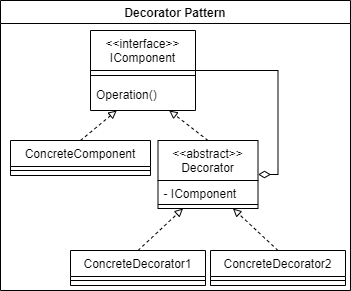
The draw.io diagram Assets/DecoratorPattern/DecoratorPatternDiagram.png in Johnny-Connor/GameProgrammingPatterns, before a commit. Source tidied: cells renumbered, new cells last; positions are measured from the earlier drawing's top-left corner, leaving out a move shared by most shapes. The source it was exported from:
```xml
<mxGraphModel>
  <root>
    <mxCell id="0" />
    <mxCell id="1" parent="0" />
    <mxCell id="2" value="Decorator Pattern" style="swimlane;" parent="1" vertex="1">
      <mxGeometry width="350" height="290" as="geometry" />
    </mxCell>
    <mxCell id="3" style="rounded=0;jettySize=auto;html=1;exitX=0.5;exitY=0;exitDx=0;exitDy=0;entryX=0.75;entryY=1;entryDx=0;entryDy=0;endArrow=block;endFill=0;dashed=1;" parent="2" edge="1" source="13" target="7">
      <mxGeometry relative="1" as="geometry" />
    </mxCell>
    <mxCell id="4" style="rounded=0;jettySize=auto;html=1;exitX=0.5;exitY=0;exitDx=0;exitDy=0;entryX=0.25;entryY=1;entryDx=0;entryDy=0;dashed=1;endArrow=block;endFill=0;" parent="2" edge="1" source="5" target="7">
      <mxGeometry relative="1" as="geometry" />
    </mxCell>
    <mxCell id="5" value="ConcreteComponent" style="swimlane;fontStyle=0;align=center;verticalAlign=top;horizontal=1;startSize=26;rounded=0;shadow=0;strokeWidth=1;" parent="2" vertex="1">
      <mxGeometry x="10" y="140" width="140" height="35" as="geometry" />
    </mxCell>
    <mxCell id="6" style="line;html=1;strokeWidth=1;align=left;verticalAlign=middle;spacingTop=-1;spacingLeft=3;spacingRight=3;labelPosition=right;" parent="5" vertex="1">
      <mxGeometry y="26" width="140" height="8" as="geometry" />
    </mxCell>
    <mxCell id="7" value="&lt;&lt;interface&gt;&gt;&#10;IComponent" style="swimlane;fontStyle=0;align=center;verticalAlign=top;horizontal=1;startSize=40;rounded=0;shadow=0;strokeWidth=1;labelBorderColor=none;" parent="2" vertex="1">
      <mxGeometry x="90" y="30" width="105" height="80" as="geometry" />
    </mxCell>
    <mxCell id="8" style="line;html=1;strokeWidth=1;align=left;verticalAlign=middle;spacingTop=-1;spacingLeft=3;spacingRight=3;labelPosition=right;" parent="7" vertex="1">
      <mxGeometry y="40" width="105" height="10" as="geometry" />
    </mxCell>
    <mxCell id="9" value="Operation()" style="text;html=1;align=left;verticalAlign=middle;strokeColor=none;fillColor=none;spacingLeft=4;spacingRight=4;" parent="7" vertex="1">
      <mxGeometry y="50" width="105" height="30" as="geometry" />
    </mxCell>
    <mxCell id="10" value="ConcreteDecorator1" style="swimlane;fontStyle=0;align=center;verticalAlign=top;horizontal=1;startSize=26;rounded=0;shadow=0;strokeWidth=1;" parent="2" vertex="1">
      <mxGeometry x="70" y="250" width="135" height="35" as="geometry" />
    </mxCell>
    <mxCell id="11" style="line;html=1;strokeWidth=1;align=left;verticalAlign=middle;spacingTop=-1;spacingLeft=3;spacingRight=3;labelPosition=right;" parent="10" vertex="1">
      <mxGeometry y="26" width="135" height="8" as="geometry" />
    </mxCell>
    <mxCell id="12" style="rounded=0;jettySize=auto;html=1;exitX=1;exitY=0.5;exitDx=0;exitDy=0;entryX=1;entryY=0.5;entryDx=0;entryDy=0;endArrow=none;endFill=0;edgeStyle=orthogonalEdgeStyle;startArrow=diamondThin;startFill=0;sourcePerimeterSpacing=0;startSize=10;" parent="2" edge="1" source="13" target="7">
      <mxGeometry relative="1" as="geometry" />
    </mxCell>
    <mxCell id="13" value="&lt;&lt;abstract&gt;&gt;&#10;Decorator" style="swimlane;fontStyle=0;align=center;verticalAlign=top;horizontal=1;startSize=40;rounded=0;shadow=0;strokeWidth=1;" parent="2" vertex="1">
      <mxGeometry x="157.5" y="140" width="100" height="68" as="geometry" />
    </mxCell>
    <mxCell id="14" value="- IComponent" style="text;align=left;verticalAlign=top;spacingLeft=4;spacingRight=4;overflow=hidden;" parent="13" vertex="1">
      <mxGeometry y="40" width="100" height="20" as="geometry" />
    </mxCell>
    <mxCell id="15" style="line;html=1;strokeWidth=1;align=left;verticalAlign=middle;spacingTop=-1;spacingLeft=3;spacingRight=3;labelPosition=right;" parent="13" vertex="1">
      <mxGeometry y="60" width="100" height="8" as="geometry" />
    </mxCell>
    <mxCell id="16" style="edgeStyle=none;rounded=0;jettySize=auto;html=1;exitX=0.5;exitY=0;exitDx=0;exitDy=0;entryX=0.25;entryY=1;entryDx=0;entryDy=0;dashed=1;endArrow=block;endFill=0;" parent="2" edge="1" source="10" target="13">
      <mxGeometry relative="1" as="geometry" />
    </mxCell>
    <mxCell id="17" style="edgeStyle=none;rounded=0;jettySize=auto;html=1;exitX=0.5;exitY=0;exitDx=0;exitDy=0;entryX=0.75;entryY=1;entryDx=0;entryDy=0;dashed=1;endArrow=block;endFill=0;" parent="2" edge="1" source="18" target="13">
      <mxGeometry relative="1" as="geometry" />
    </mxCell>
    <mxCell id="18" value="ConcreteDecorator2" style="swimlane;fontStyle=0;align=center;verticalAlign=top;horizontal=1;startSize=26;rounded=0;shadow=0;strokeWidth=1;" parent="2" vertex="1">
      <mxGeometry x="210" y="250" width="135" height="35" as="geometry" />
    </mxCell>
    <mxCell id="19" style="line;html=1;strokeWidth=1;align=left;verticalAlign=middle;spacingTop=-1;spacingLeft=3;spacingRight=3;labelPosition=right;" parent="18" vertex="1">
      <mxGeometry y="26" width="135" height="8" as="geometry" />
    </mxCell>
  </root>
</mxGraphModel>
```
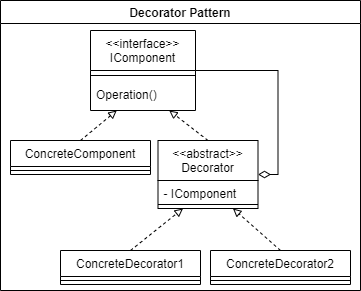
After the change.

Commit message:
DecoratorPatternDiagram: centralized some lines.

ConcreteComponent, ConcreteDecorator1 and ConcreteDecorator2 horizontal divisors were not centralized before.

The edit, as a diff of the source:
```diff
@@ -3,20 +3,11 @@
     <mxCell id="0" />
     <mxCell id="1" parent="0" />
     <mxCell id="2" value="Decorator Pattern" style="swimlane;" parent="1" vertex="1">
-      <mxGeometry width="350" height="290" as="geometry" />
+      <mxGeometry width="360" height="290" as="geometry" />
     </mxCell>
     <mxCell id="3" style="rounded=0;jettySize=auto;html=1;exitX=0.5;exitY=0;exitDx=0;exitDy=0;entryX=0.75;entryY=1;entryDx=0;entryDy=0;endArrow=block;endFill=0;dashed=1;" parent="2" edge="1" source="13" target="7">
       <mxGeometry relative="1" as="geometry" />
     </mxCell>
-    <mxCell id="4" style="rounded=0;jettySize=auto;html=1;exitX=0.5;exitY=0;exitDx=0;exitDy=0;entryX=0.25;entryY=1;entryDx=0;entryDy=0;dashed=1;endArrow=block;endFill=0;" parent="2" edge="1" source="5" target="7">
-      <mxGeometry relative="1" as="geometry" />
-    </mxCell>
-    <mxCell id="5" value="ConcreteComponent" style="swimlane;fontStyle=0;align=center;verticalAlign=top;horizontal=1;startSize=26;rounded=0;shadow=0;strokeWidth=1;" parent="2" vertex="1">
-      <mxGeometry x="10" y="140" width="140" height="35" as="geometry" />
-    </mxCell>
-    <mxCell id="6" style="line;html=1;strokeWidth=1;align=left;verticalAlign=middle;spacingTop=-1;spacingLeft=3;spacingRight=3;labelPosition=right;" parent="5" vertex="1">
-      <mxGeometry y="26" width="140" height="8" as="geometry" />
-    </mxCell>
     <mxCell id="7" value="&lt;&lt;interface&gt;&gt;&#10;IComponent" style="swimlane;fontStyle=0;align=center;verticalAlign=top;horizontal=1;startSize=40;rounded=0;shadow=0;strokeWidth=1;labelBorderColor=none;" parent="2" vertex="1">
       <mxGeometry x="90" y="30" width="105" height="80" as="geometry" />
     </mxCell>
@@ -26,12 +17,6 @@
     <mxCell id="9" value="Operation()" style="text;html=1;align=left;verticalAlign=middle;strokeColor=none;fillColor=none;spacingLeft=4;spacingRight=4;" parent="7" vertex="1">
       <mxGeometry y="50" width="105" height="30" as="geometry" />
     </mxCell>
-    <mxCell id="10" value="ConcreteDecorator1" style="swimlane;fontStyle=0;align=center;verticalAlign=top;horizontal=1;startSize=26;rounded=0;shadow=0;strokeWidth=1;" parent="2" vertex="1">
-      <mxGeometry x="70" y="250" width="135" height="35" as="geometry" />
-    </mxCell>
-    <mxCell id="11" style="line;html=1;strokeWidth=1;align=left;verticalAlign=middle;spacingTop=-1;spacingLeft=3;spacingRight=3;labelPosition=right;" parent="10" vertex="1">
-      <mxGeometry y="26" width="135" height="8" as="geometry" />
-    </mxCell>
     <mxCell id="12" style="rounded=0;jettySize=auto;html=1;exitX=1;exitY=0.5;exitDx=0;exitDy=0;entryX=1;entryY=0.5;entryDx=0;entryDy=0;endArrow=none;endFill=0;edgeStyle=orthogonalEdgeStyle;startArrow=diamondThin;startFill=0;sourcePerimeterSpacing=0;startSize=10;" parent="2" edge="1" source="13" target="7">
       <mxGeometry relative="1" as="geometry" />
     </mxCell>
@@ -44,17 +29,32 @@
     <mxCell id="15" style="line;html=1;strokeWidth=1;align=left;verticalAlign=middle;spacingTop=-1;spacingLeft=3;spacingRight=3;labelPosition=right;" parent="13" vertex="1">
       <mxGeometry y="60" width="100" height="8" as="geometry" />
     </mxCell>
+    <mxCell id="4" style="rounded=0;jettySize=auto;html=1;exitX=0.5;exitY=0;exitDx=0;exitDy=0;entryX=0.25;entryY=1;entryDx=0;entryDy=0;dashed=1;endArrow=block;endFill=0;" parent="2" edge="1" source="5" target="7">
+      <mxGeometry relative="1" as="geometry" />
+    </mxCell>
+    <mxCell id="5" value="ConcreteComponent" style="swimlane;fontStyle=0;align=center;verticalAlign=top;horizontal=1;startSize=26;" parent="2" vertex="1">
+      <mxGeometry x="10" y="140" width="140" height="34" as="geometry" />
+    </mxCell>
+    <mxCell id="20" style="line;strokeWidth=1;fillColor=none;align=left;verticalAlign=middle;spacingTop=-1;spacingLeft=3;spacingRight=3;labelPosition=right;strokeColor=inherit;" parent="5" vertex="1">
+      <mxGeometry y="26" width="140" height="8" as="geometry" />
+    </mxCell>
     <mxCell id="16" style="edgeStyle=none;rounded=0;jettySize=auto;html=1;exitX=0.5;exitY=0;exitDx=0;exitDy=0;entryX=0.25;entryY=1;entryDx=0;entryDy=0;dashed=1;endArrow=block;endFill=0;" parent="2" edge="1" source="10" target="13">
       <mxGeometry relative="1" as="geometry" />
     </mxCell>
+    <mxCell id="10" value="ConcreteDecorator1" style="swimlane;fontStyle=0;align=center;verticalAlign=top;horizontal=1;startSize=26;" parent="2" vertex="1">
+      <mxGeometry x="60" y="250" width="140" height="34" as="geometry" />
+    </mxCell>
+    <mxCell id="21" style="line;strokeWidth=1;fillColor=none;align=left;verticalAlign=middle;spacingTop=-1;spacingLeft=3;spacingRight=3;labelPosition=right;strokeColor=inherit;" parent="10" vertex="1">
+      <mxGeometry y="26" width="140" height="8" as="geometry" />
+    </mxCell>
     <mxCell id="17" style="edgeStyle=none;rounded=0;jettySize=auto;html=1;exitX=0.5;exitY=0;exitDx=0;exitDy=0;entryX=0.75;entryY=1;entryDx=0;entryDy=0;dashed=1;endArrow=block;endFill=0;" parent="2" edge="1" source="18" target="13">
       <mxGeometry relative="1" as="geometry" />
     </mxCell>
-    <mxCell id="18" value="ConcreteDecorator2" style="swimlane;fontStyle=0;align=center;verticalAlign=top;horizontal=1;startSize=26;rounded=0;shadow=0;strokeWidth=1;" parent="2" vertex="1">
-      <mxGeometry x="210" y="250" width="135" height="35" as="geometry" />
+    <mxCell id="18" value="ConcreteDecorator2" style="swimlane;fontStyle=0;align=center;verticalAlign=top;horizontal=1;startSize=26;" parent="2" vertex="1">
+      <mxGeometry x="210" y="250" width="140" height="34" as="geometry" />
     </mxCell>
-    <mxCell id="19" style="line;html=1;strokeWidth=1;align=left;verticalAlign=middle;spacingTop=-1;spacingLeft=3;spacingRight=3;labelPosition=right;" parent="18" vertex="1">
-      <mxGeometry y="26" width="135" height="8" as="geometry" />
-    </mxCell>
+    <mxCell id="22" style="line;strokeWidth=1;fillColor=none;align=left;verticalAlign=middle;spacingTop=-1;spacingLeft=3;spacingRight=3;labelPosition=right;strokeColor=inherit;" parent="18" vertex="1">
+      <mxGeometry y="26" width="140" height="8" as="geometry" />
+    </mxCell>
   </root>
 </mxGraphModel>
```
